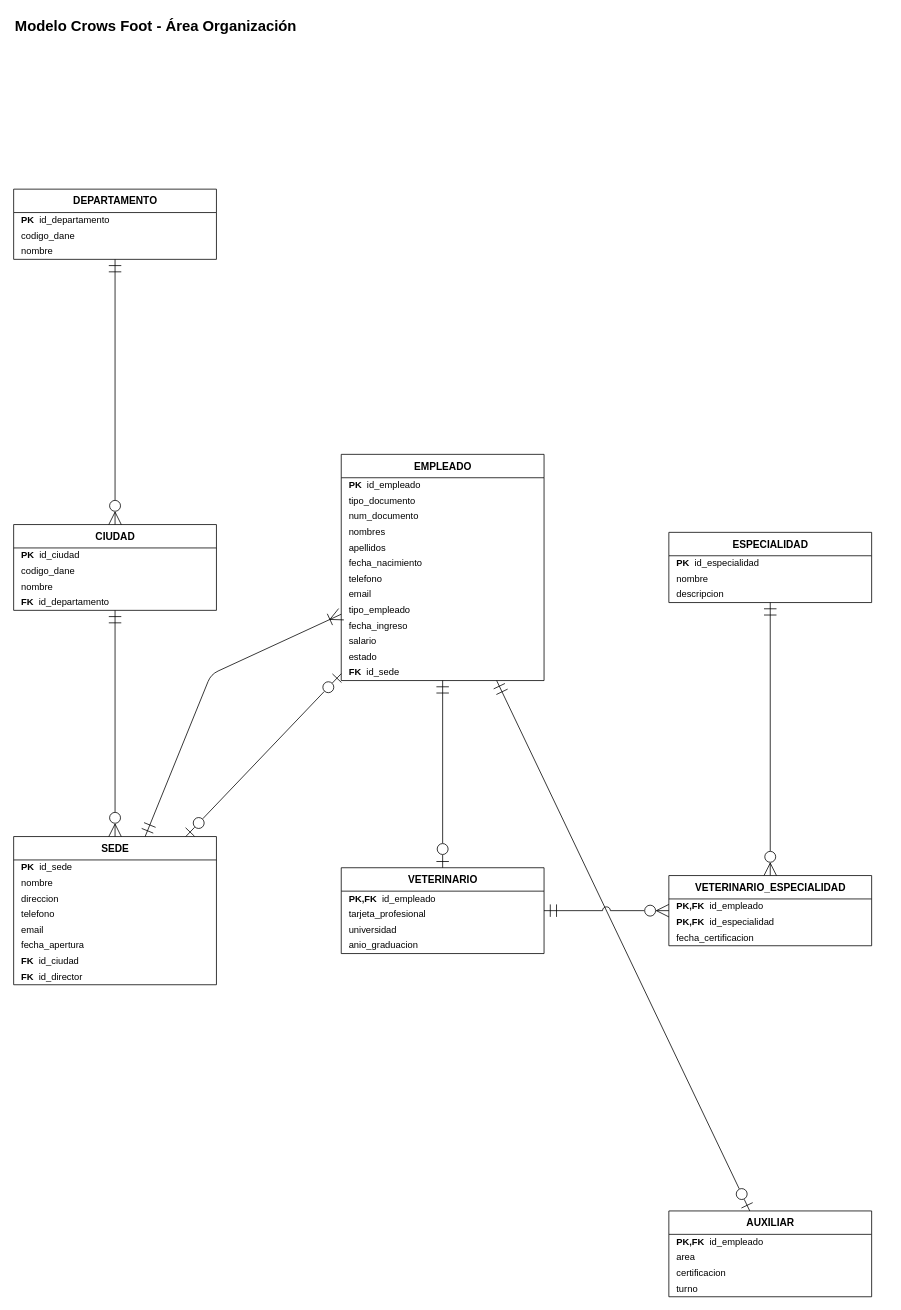
This is documentos/fase1/diagramas_drawio/20_CrowsFoot_Organizacion.drawio from Estarlan/proyecto-bd1-sigevet, a draw.io file, before an edit. Source tidied: cells renumbered, new cells numbered last; positions are measured from the earlier drawing's top-left corner, leaving out a move shared by most shapes. Both pictures are drawn from the tidied source at 78%, with x=0, y=0 at pixel (13, 13).
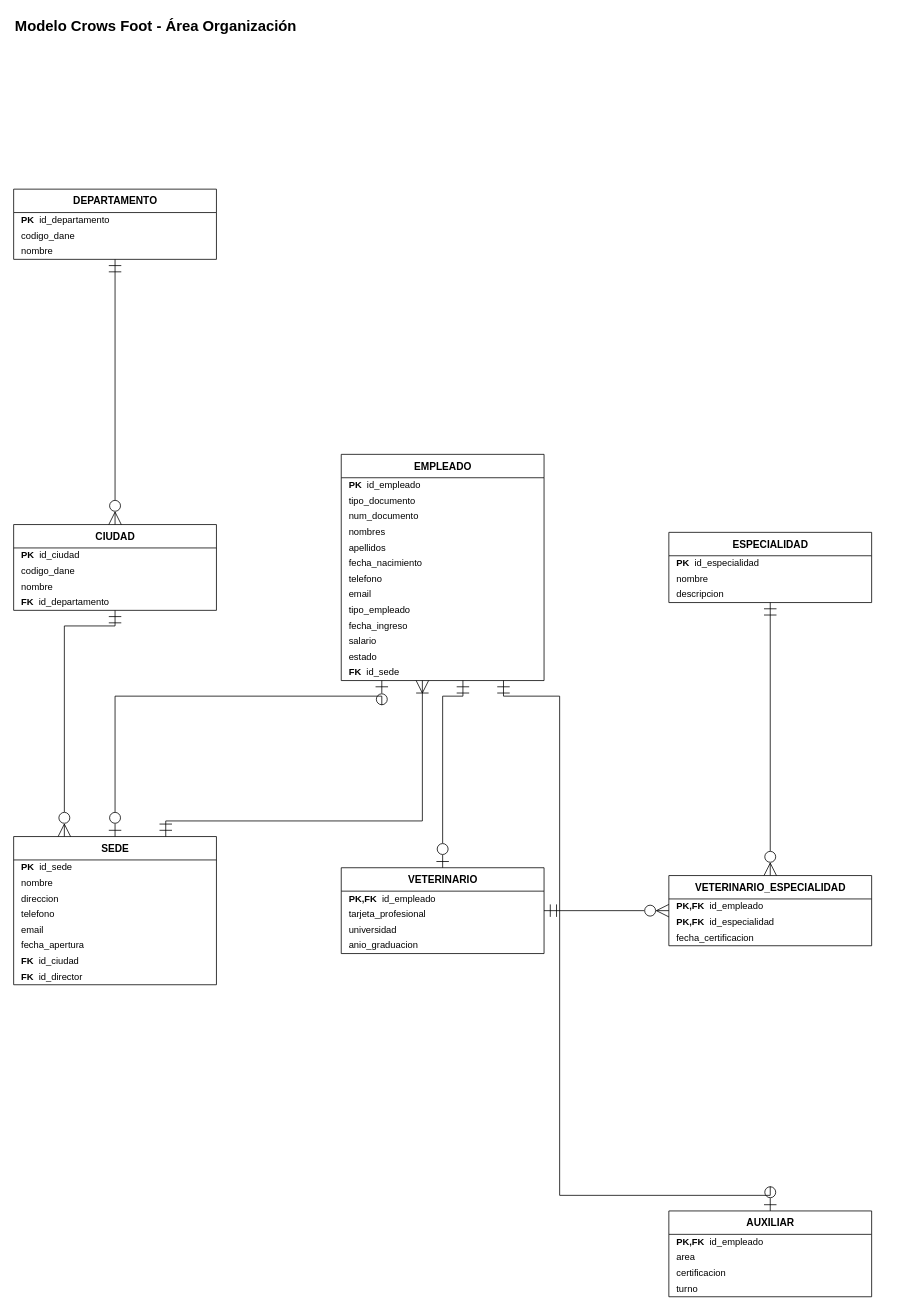
The same diagram, later.

Unchanged cells that the change refers to:
```xml
<mxCell id="3" value="DEPARTAMENTO" style="swimlane;fontStyle=1;horizontal=1;startSize=30;html=1;fillColor=none;swimlaneFillColor=none;fontSize=13;" parent="1" vertex="1">
  <mxGeometry y="225" width="260" height="90" as="geometry" />
</mxCell>
<mxCell id="7" value="CIUDAD" style="swimlane;fontStyle=1;horizontal=1;startSize=30;html=1;fillColor=none;swimlaneFillColor=none;fontSize=13;" parent="1" vertex="1">
  <mxGeometry y="655" width="260" height="110" as="geometry" />
</mxCell>
<mxCell id="12" value="SEDE" style="swimlane;fontStyle=1;horizontal=1;startSize=30;html=1;fillColor=none;swimlaneFillColor=none;fontSize=13;" parent="1" vertex="1">
  <mxGeometry y="1055" width="260" height="190" as="geometry" />
</mxCell>
<mxCell id="21" value="EMPLEADO" style="swimlane;fontStyle=1;horizontal=1;startSize=30;html=1;fillColor=none;swimlaneFillColor=none;fontSize=13;" parent="1" vertex="1">
  <mxGeometry x="420" y="565" width="260" height="290" as="geometry" />
</mxCell>
<mxCell id="35" value="VETERINARIO" style="swimlane;fontStyle=1;horizontal=1;startSize=30;html=1;fillColor=none;swimlaneFillColor=none;fontSize=13;" parent="1" vertex="1">
  <mxGeometry x="420" y="1095" width="260" height="110" as="geometry" />
</mxCell>
<mxCell id="40" value="AUXILIAR" style="swimlane;fontStyle=1;horizontal=1;startSize=30;html=1;fillColor=none;swimlaneFillColor=none;fontSize=13;" parent="1" vertex="1">
  <mxGeometry x="840" y="1535" width="260" height="110" as="geometry" />
</mxCell>
<mxCell id="45" value="ESPECIALIDAD" style="swimlane;fontStyle=1;horizontal=1;startSize=30;html=1;fillColor=none;swimlaneFillColor=none;fontSize=13;" parent="1" vertex="1">
  <mxGeometry x="840" y="665" width="260" height="90" as="geometry" />
</mxCell>
<mxCell id="49" value="VETERINARIO_ESPECIALIDAD" style="swimlane;fontStyle=1;horizontal=1;startSize=30;html=1;fillColor=none;swimlaneFillColor=none;fontSize=13;" parent="1" vertex="1">
  <mxGeometry x="840" y="1105" width="260" height="90" as="geometry" />
</mxCell>
```

Change to the diagram source:
```diff
@@
-    <mxCell id="53" style="html=1;endArrow=none;fontSize=12;labelBackgroundColor=default;startArrow=ERzeroToMany;endArrow=ERmandOne;startFill=0;endFill=0;startSize=14;endSize=14;jumpStyle=arc;jumpSize=10;" parent="1" edge="1" source="7" target="3">
+    <mxCell id="53" style="html=1;endArrow=none;fontSize=12;labelBackgroundColor=default;edgeStyle=none;rounded=0;exitX=0.50000000;exitY=0.00000000;exitPerimeter=0;entryX=0.50000000;entryY=1.00000000;entryPerimeter=0;startArrow=ERzeroToMany;endArrow=ERmandOne;startFill=0;endFill=0;startSize=14;endSize=14;" parent="1" edge="1" source="7" target="3">
       <mxGeometry relative="1" as="geometry" />
     </mxCell>
-    <mxCell id="54" style="html=1;endArrow=none;fontSize=12;labelBackgroundColor=default;startArrow=ERzeroToMany;endArrow=ERmandOne;startFill=0;endFill=0;startSize=14;endSize=14;jumpStyle=arc;jumpSize=10;" parent="1" edge="1" source="12" target="7">
-      <mxGeometry relative="1" as="geometry" />
+    <mxCell id="54" style="html=1;endArrow=none;fontSize=12;labelBackgroundColor=default;edgeStyle=none;rounded=0;exitX=0.25000000;exitY=0.00000000;exitPerimeter=0;entryX=0.50000000;entryY=1.00000000;entryPerimeter=0;startArrow=ERzeroToMany;endArrow=ERmandOne;startFill=0;endFill=0;startSize=14;endSize=14;" parent="1" edge="1" source="12" target="7">
+      <mxGeometry relative="1" as="geometry">
+        <Array as="points">
+          <mxPoint x="65" y="785" />
+          <mxPoint x="130" y="785" />
+        </Array>
+      </mxGeometry>
     </mxCell>
-    <mxCell id="55" style="html=1;endArrow=none;fontSize=12;labelBackgroundColor=default;startArrow=ERzeroToOne;endArrow=ERzeroToOne;startFill=0;endFill=0;startSize=14;endSize=14;jumpStyle=arc;jumpSize=10;" parent="1" edge="1" source="12" target="21">
-      <mxGeometry relative="1" as="geometry" />
+    <mxCell id="55" style="html=1;endArrow=none;fontSize=12;labelBackgroundColor=default;edgeStyle=none;rounded=0;exitX=0.50000000;exitY=0.00000000;exitPerimeter=0;entryX=0.20000000;entryY=1.00000000;entryPerimeter=0;startArrow=ERzeroToOne;endArrow=ERzeroToOne;startFill=0;endFill=0;startSize=14;endSize=14;" parent="1" edge="1" source="12" target="21">
+      <mxGeometry relative="1" as="geometry">
+        <Array as="points">
+          <mxPoint x="130" y="875" />
+          <mxPoint x="472" y="875" />
+        </Array>
+      </mxGeometry>
     </mxCell>
-    <mxCell id="56" style="html=1;endArrow=none;fontSize=12;labelBackgroundColor=default;startArrow=ERoneToMany;endArrow=ERmandOne;startFill=0;endFill=0;startSize=14;endSize=14;jumpStyle=arc;jumpSize=10;" parent="1" edge="1" source="21" target="12">
+    <mxCell id="56" style="html=1;endArrow=none;fontSize=12;labelBackgroundColor=default;edgeStyle=none;rounded=0;exitX=0.40000000;exitY=1.00000000;exitPerimeter=0;entryX=0.75000000;entryY=0.00000000;entryPerimeter=0;startArrow=ERoneToMany;endArrow=ERmandOne;startFill=0;endFill=0;startSize=14;endSize=14;" parent="1" edge="1" source="21" target="12">
       <mxGeometry relative="1" as="geometry">
         <Array as="points">
-          <mxPoint x="253" y="847" />
+          <mxPoint x="524" y="1035" />
+          <mxPoint x="195" y="1035" />
         </Array>
       </mxGeometry>
     </mxCell>
-    <mxCell id="57" style="html=1;endArrow=none;fontSize=12;labelBackgroundColor=default;startArrow=ERzeroToOne;endArrow=ERmandOne;startFill=0;endFill=0;startSize=14;endSize=14;jumpStyle=arc;jumpSize=10;" parent="1" edge="1" source="35" target="21">
-      <mxGeometry relative="1" as="geometry" />
+    <mxCell id="57" style="html=1;endArrow=none;fontSize=12;labelBackgroundColor=default;edgeStyle=none;rounded=0;exitX=0.50000000;exitY=0.00000000;exitPerimeter=0;entryX=0.60000000;entryY=1.00000000;entryPerimeter=0;startArrow=ERzeroToOne;endArrow=ERmandOne;startFill=0;endFill=0;startSize=14;endSize=14;" parent="1" edge="1" source="35" target="21">
+      <mxGeometry relative="1" as="geometry">
+        <Array as="points">
+          <mxPoint x="550" y="875" />
+          <mxPoint x="576" y="875" />
+        </Array>
+      </mxGeometry>
     </mxCell>
-    <mxCell id="58" style="html=1;endArrow=none;fontSize=12;labelBackgroundColor=default;startArrow=ERzeroToOne;endArrow=ERmandOne;startFill=0;endFill=0;startSize=14;endSize=14;jumpStyle=arc;jumpSize=10;" parent="1" edge="1" source="40" target="21">
-      <mxGeometry relative="1" as="geometry" />
+    <mxCell id="58" style="html=1;endArrow=none;fontSize=12;labelBackgroundColor=default;edgeStyle=none;rounded=0;exitX=0.50000000;exitY=0.00000000;exitPerimeter=0;entryX=0.80000000;entryY=1.00000000;entryPerimeter=0;startArrow=ERzeroToOne;endArrow=ERmandOne;startFill=0;endFill=0;startSize=14;endSize=14;" parent="1" edge="1" source="40" target="21">
+      <mxGeometry relative="1" as="geometry">
+        <Array as="points">
+          <mxPoint x="970" y="1515" />
+          <mxPoint x="700" y="1515" />
+          <mxPoint x="700" y="875" />
+          <mxPoint x="628" y="875" />
+        </Array>
+      </mxGeometry>
     </mxCell>
-    <mxCell id="59" style="html=1;endArrow=none;fontSize=12;labelBackgroundColor=default;startArrow=ERzeroToMany;endArrow=ERmandOne;startFill=0;endFill=0;startSize=14;endSize=14;jumpStyle=arc;jumpSize=10;" parent="1" edge="1" source="49" target="35">
+    <mxCell id="59" style="html=1;endArrow=none;fontSize=12;labelBackgroundColor=default;edgeStyle=none;rounded=0;exitX=0.00000000;exitY=0.50000000;exitPerimeter=0;entryX=1.00000000;entryY=0.50000000;entryPerimeter=0;startArrow=ERzeroToMany;endArrow=ERmandOne;startFill=0;endFill=0;startSize=14;endSize=14;" parent="1" edge="1" source="49" target="35">
       <mxGeometry relative="1" as="geometry" />
     </mxCell>
-    <mxCell id="60" style="html=1;endArrow=none;fontSize=12;labelBackgroundColor=default;startArrow=ERzeroToMany;endArrow=ERmandOne;startFill=0;endFill=0;startSize=14;endSize=14;jumpStyle=arc;jumpSize=10;" parent="1" edge="1" source="49" target="45">
+    <mxCell id="60" style="html=1;endArrow=none;fontSize=12;labelBackgroundColor=default;edgeStyle=none;rounded=0;exitX=0.50000000;exitY=0.00000000;exitPerimeter=0;entryX=0.50000000;entryY=1.00000000;entryPerimeter=0;startArrow=ERzeroToMany;endArrow=ERmandOne;startFill=0;endFill=0;startSize=14;endSize=14;" parent="1" edge="1" source="49" target="45">
       <mxGeometry relative="1" as="geometry" />
     </mxCell>
```
